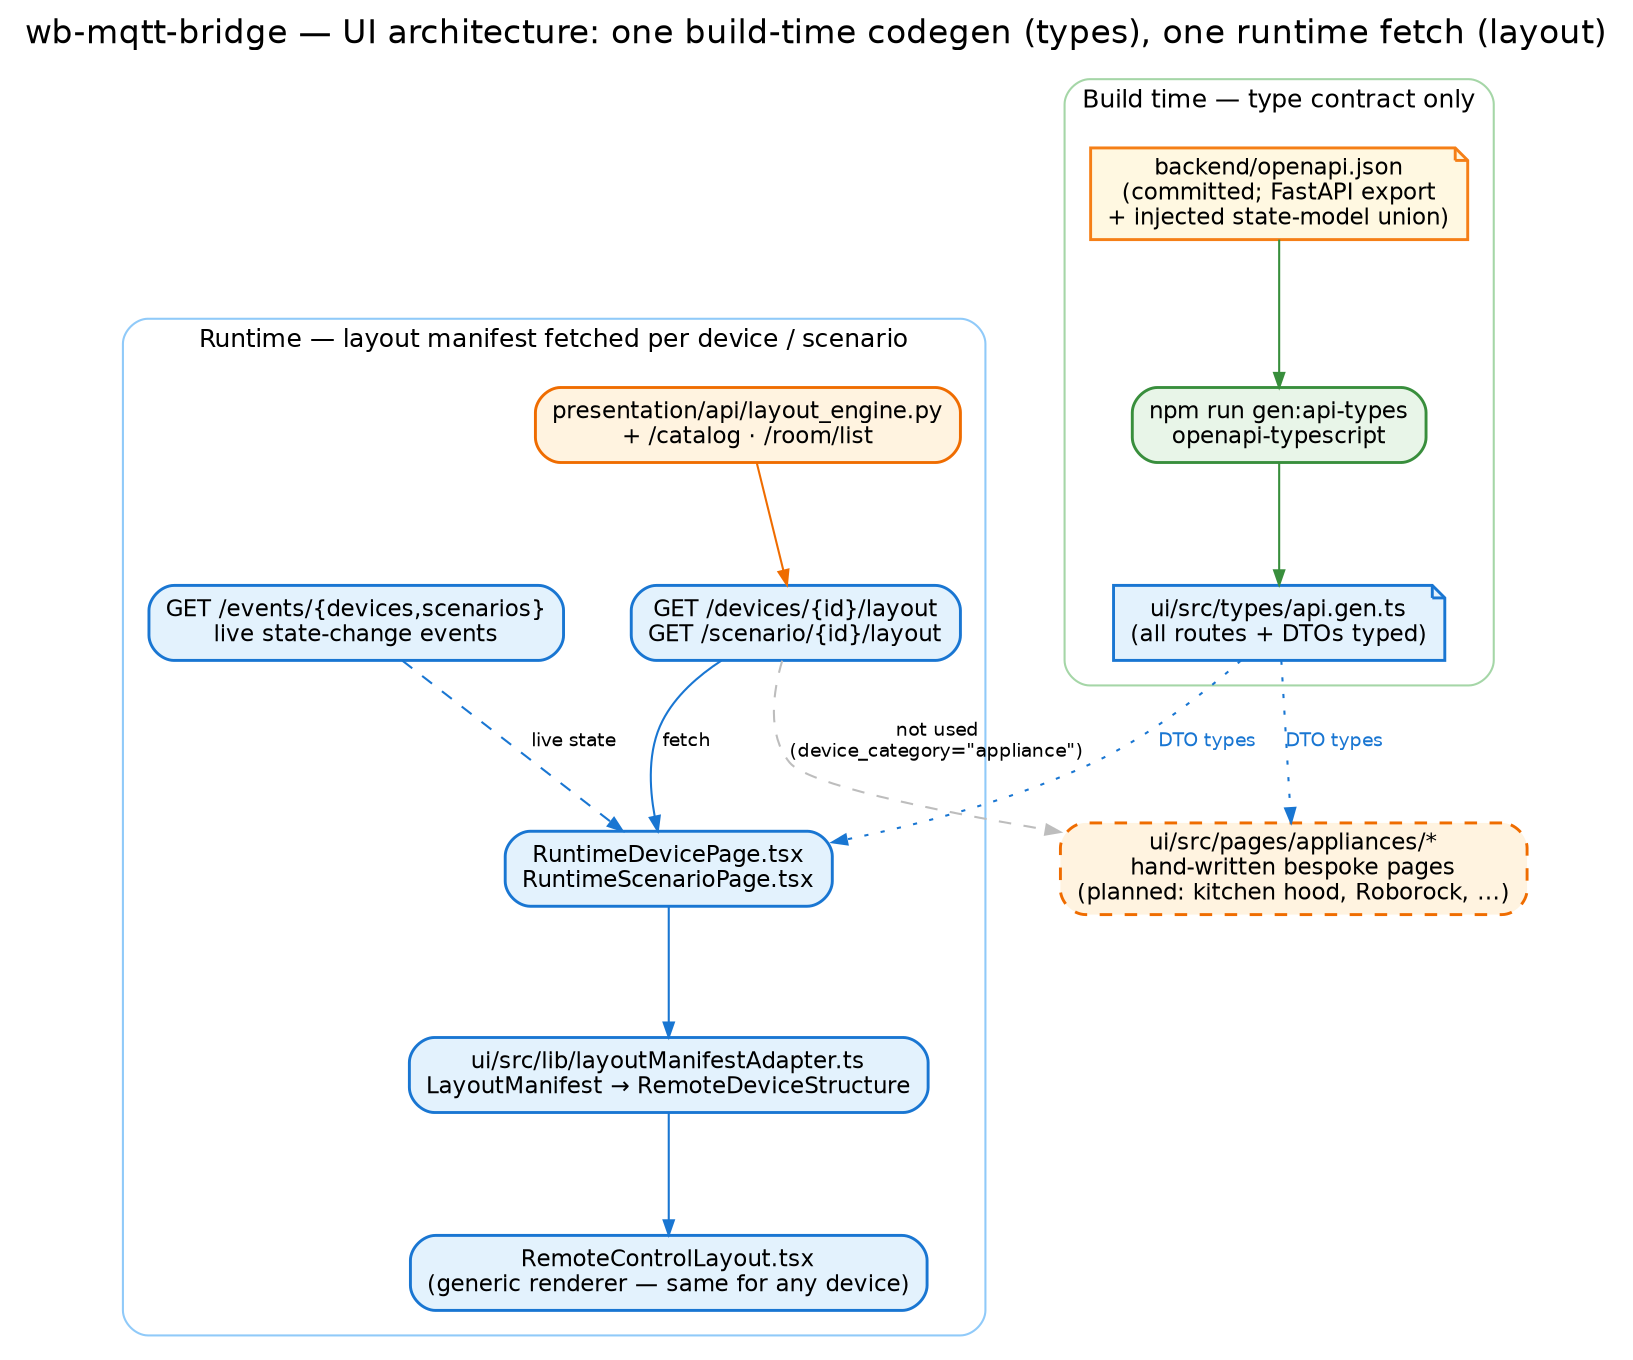
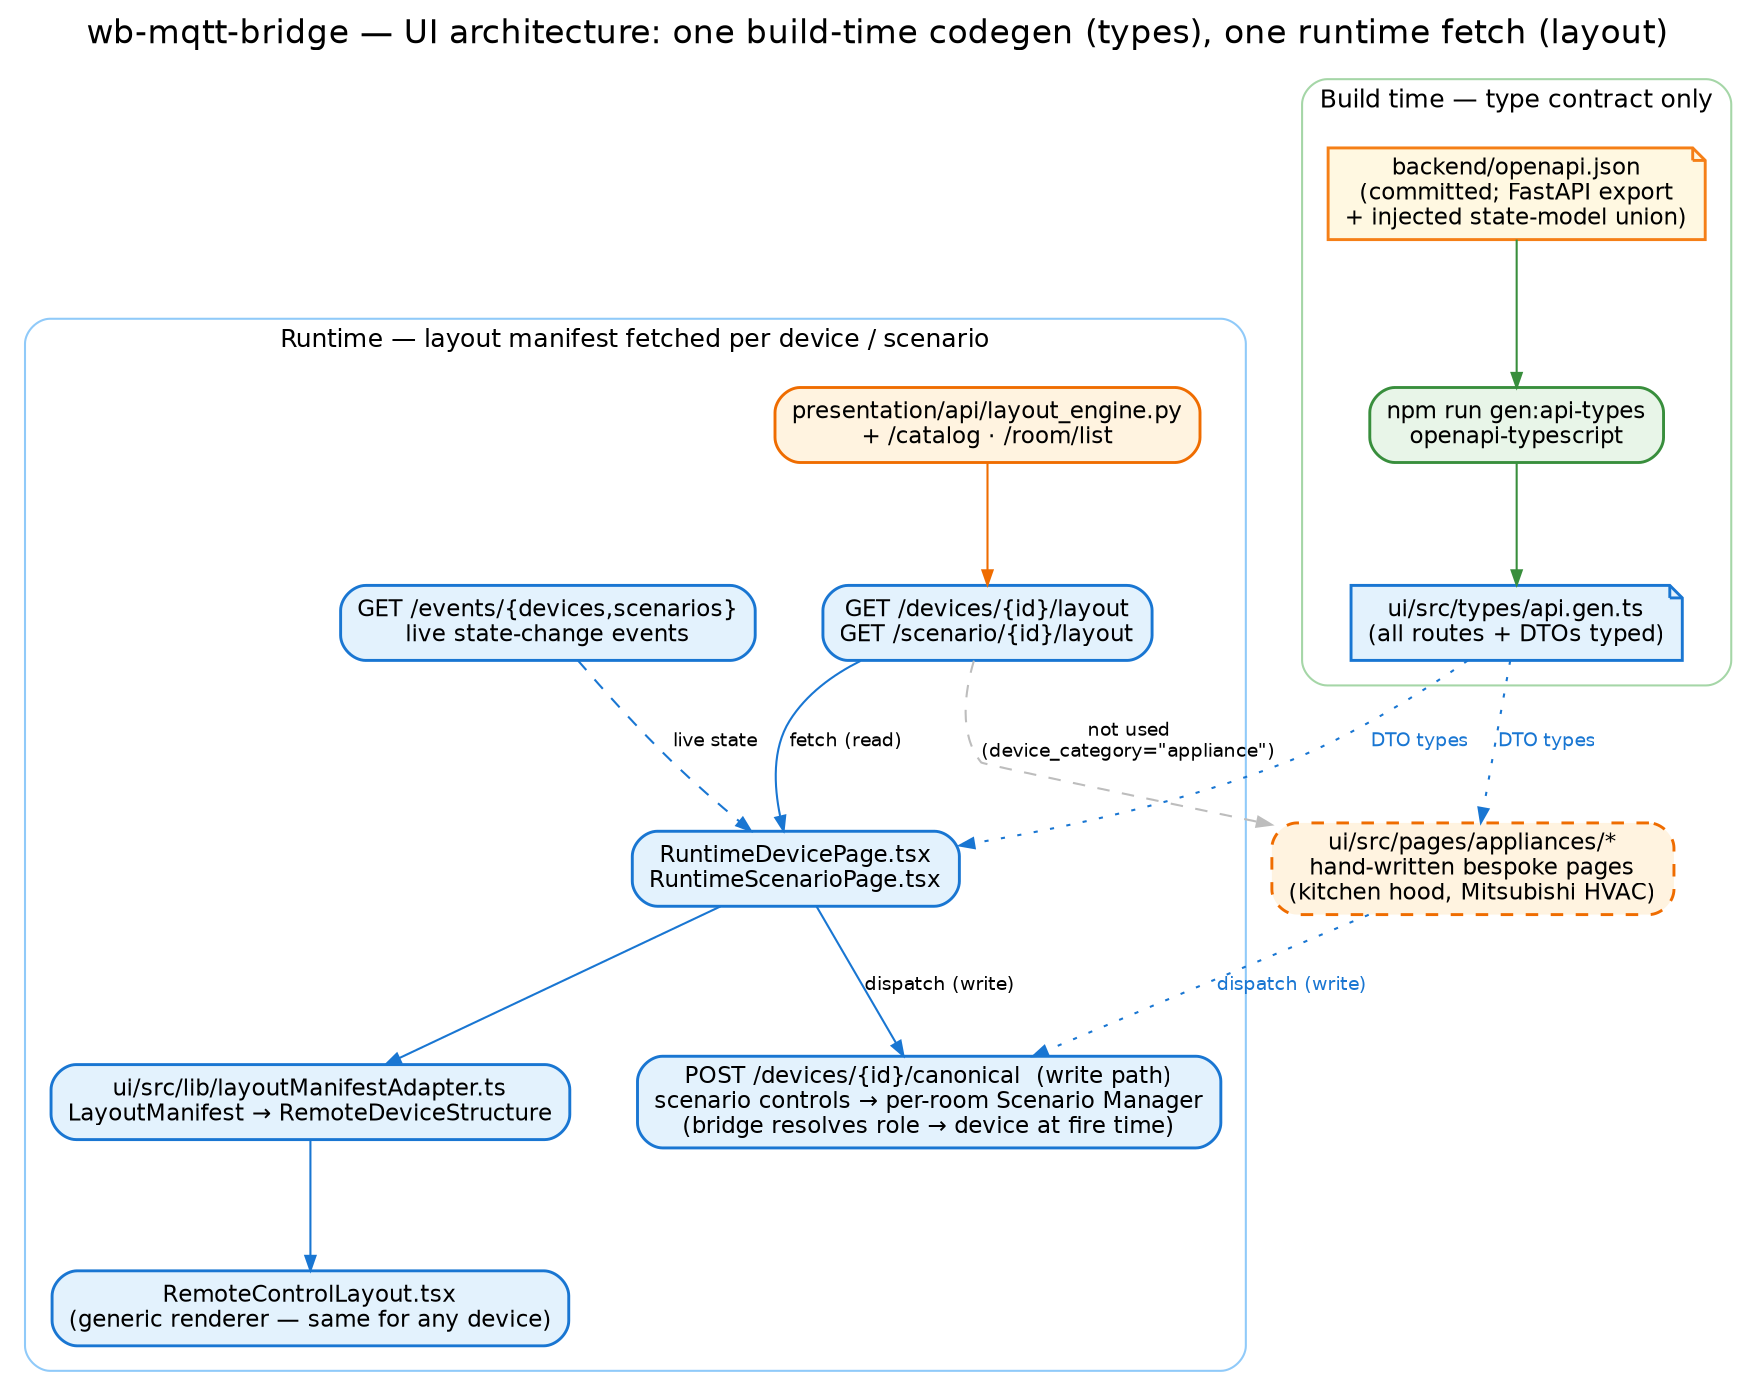
// wb-mqtt-bridge — UI architecture: build-time codegen + runtime layout manifest. Render:
//   dot -Tpng docs/images/ui-architecture.dot -o docs/images/ui-architecture.png
// Palette: see hexagon.dot header.
digraph ui_architecture {
  rankdir=TB;
  bgcolor="white";
  splines=spline;
  nodesep=0.45; ranksep=0.8;
  fontname="Helvetica"; labelloc=t; fontsize=16;
  label="wb-mqtt-bridge — UI architecture: one build-time codegen (types), one runtime fetch (layout)";

  node [fontname="Helvetica", fontsize=11, shape=box, style="filled,rounded", penwidth=1.4];
  edge [fontname="Helvetica", fontsize=9, color="#9e9e9e", arrowsize=0.7];

  // ============================================================
  // Build time
  // ============================================================
  subgraph cluster_build {
    label="Build time — type contract only";
    fontsize=12; color="#a5d6a7"; style=rounded; margin=12;

    openapi [shape=note, fillcolor="#fff8e1", color="#f57f17",
             label="backend/openapi.json\n(committed; FastAPI export\n+ injected state-model union)"];
    gen     [label="npm run gen:api-types\nopenapi-typescript", fillcolor="#e8f5e8", color="#388e3c"];
    types   [shape=note, fillcolor="#e3f2fd", color="#1976d2",
             label="ui/src/types/api.gen.ts\n(all routes + DTOs typed)"];

    openapi -> gen [color="#388e3c"];
    gen -> types  [color="#388e3c"];
  }

  // ============================================================
  // Runtime
  // ============================================================
  subgraph cluster_runtime {
    label="Runtime — layout manifest fetched per device / scenario";
    fontsize=12; color="#90caf9"; style=rounded; margin=12;

    backend_engine [label="presentation/api/layout_engine.py\n+ /catalog · /room/list",
                    fillcolor="#fff3e0", color="#ef6c00"];
    manifest_api [label="GET /devices/{id}/layout\nGET /scenario/{id}/layout",
                  fillcolor="#e3f2fd", color="#1976d2"];
    adapter [label="ui/src/lib/layoutManifestAdapter.ts\nLayoutManifest → RemoteDeviceStructure",
             fillcolor="#e3f2fd", color="#1976d2"];
    runtime_page [label="RuntimeDevicePage.tsx\nRuntimeScenarioPage.tsx",
                  fillcolor="#e3f2fd", color="#1976d2"];
    remote_layout [label="RemoteControlLayout.tsx\n(generic renderer — same for any device)",
                   fillcolor="#e3f2fd", color="#1976d2"];
    sse [label="GET /events/{devices,scenarios}\nlive state-change events",
         fillcolor="#e3f2fd", color="#1976d2"];
+     canonical_write [label="POST /devices/{id}/canonical  (write path)\nscenario controls → per-room Scenario Manager\n(bridge resolves role → device at fire time)",
+                      fillcolor="#e3f2fd", color="#1976d2"];

    backend_engine -> manifest_api [color="#ef6c00"];
-     manifest_api -> runtime_page [label="fetch", color="#1976d2"];
+     manifest_api -> runtime_page [label="fetch (read)", color="#1976d2"];
    runtime_page -> adapter [color="#1976d2"];
    adapter -> remote_layout [color="#1976d2"];
    sse -> runtime_page [style=dashed, label="live state", color="#1976d2"];
+     runtime_page -> canonical_write [label="dispatch (write)", color="#1976d2"];
  }

  // ============================================================
  // Appliance bypass
  // ============================================================
-   appliance [label="ui/src/pages/appliances/*\nhand-written bespoke pages\n(planned: kitchen hood, Roborock, …)",
+   appliance [label="ui/src/pages/appliances/*\nhand-written bespoke pages\n(kitchen hood, Mitsubishi HVAC)",
             fillcolor="#fff3e0", color="#ef6c00", style="filled,rounded,dashed"];

  // build-time types are consumed by both UIs
  types -> runtime_page [style=dotted, label="DTO types", color="#1976d2", fontcolor="#1976d2"];
  types -> appliance    [style=dotted, label="DTO types", color="#1976d2", fontcolor="#1976d2"];

-   // appliances do not consume the layout manifest
+   // appliances do not consume the layout manifest, but they DO use the canonical write path
  manifest_api -> appliance [style=dashed, color="#bdbdbd", label="not used\n(device_category=\"appliance\")"];
+   appliance -> canonical_write [style=dotted, color="#1976d2", label="dispatch (write)", fontcolor="#1976d2"];
}
